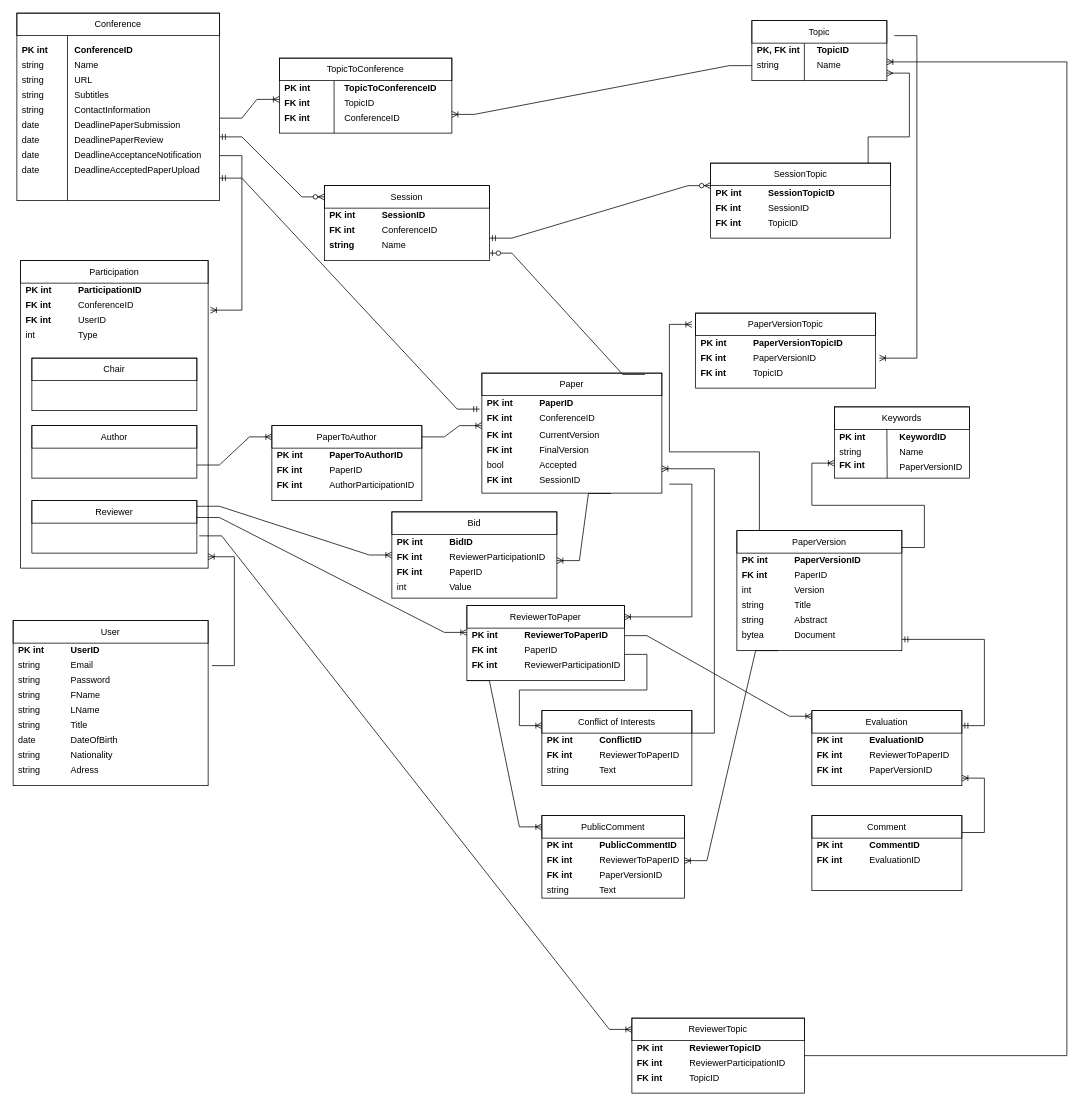
Above: Database Diagram.drawio in SE-Powerpuff-Girls/SE-Powerpuff-Girls (draw.io), before the change. Source tidied: cells renumbered, new cells numbered last; positions are measured from the earlier drawing's top-left corner, leaving out a move shared by most shapes. Both pictures are drawn from the tidied source at 75%, with x=0, y=0 at pixel (13, 13).
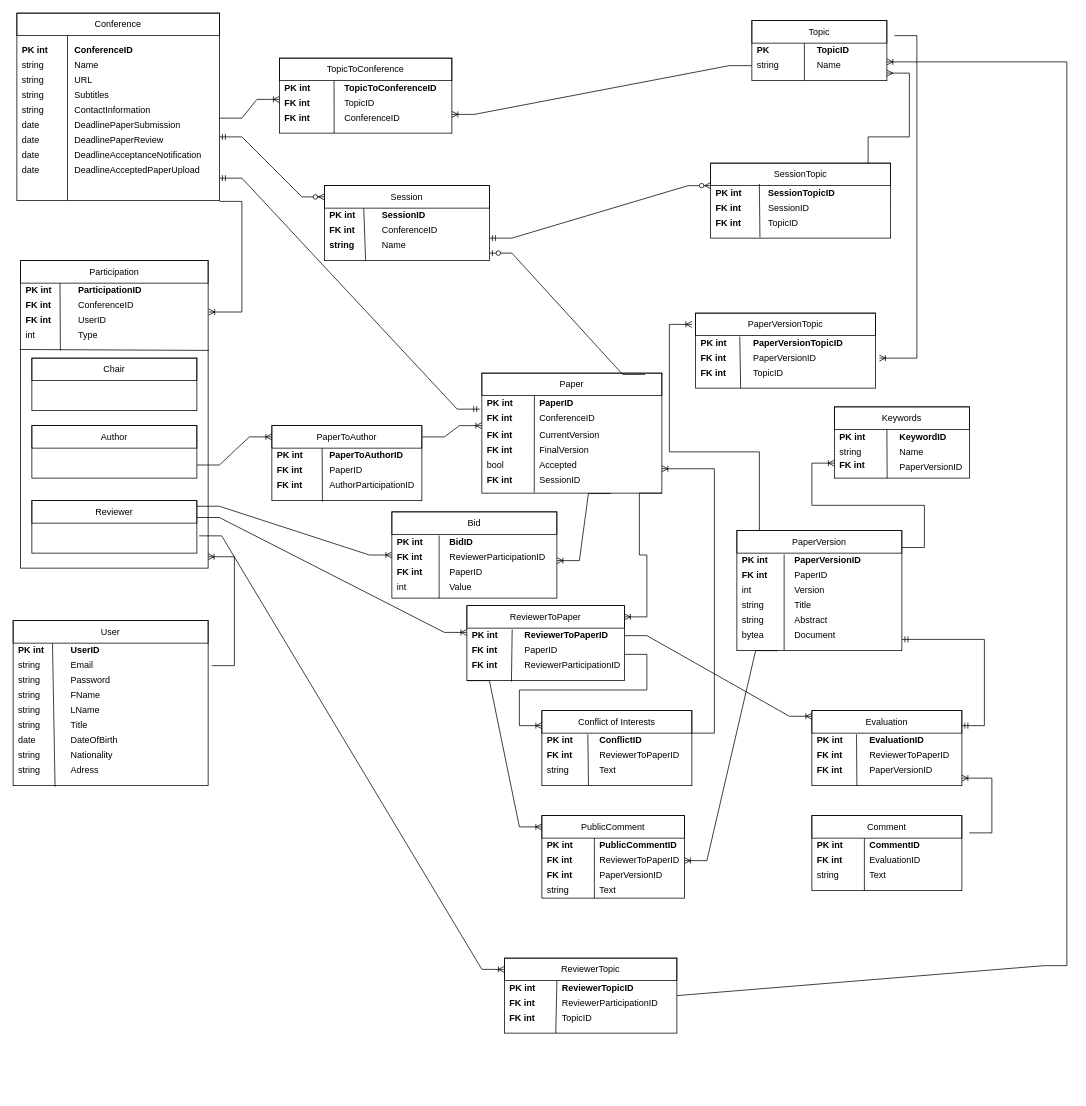
The same page after the edit.

The change refers to these unchanged cells:
```xml
<mxCell id="11" value="DeadlineAcceptanceNotification" style="text;html=1;strokeColor=none;fillColor=none;align=left;verticalAlign=middle;whiteSpace=wrap;rounded=0;spacingLeft=5;" parent="1" vertex="1">
<mxCell id="28" value="Name" style="text;html=1;strokeColor=none;fillColor=none;align=left;verticalAlign=middle;whiteSpace=wrap;rounded=0;spacingLeft=5;fontStyle=0;" parent="1" vertex="1">
<mxCell id="41" style="rounded=0;whiteSpace=wrap;html=1;strokeColor=default;" parent="1" vertex="1">
<mxCell id="44" value="PK int" style="text;html=1;strokeColor=none;fillColor=none;align=left;verticalAlign=middle;whiteSpace=wrap;rounded=0;spacingLeft=5;fontStyle=1;" parent="1" vertex="1">
<mxCell id="61" style="rounded=0;whiteSpace=wrap;html=1;strokeColor=default;" parent="1" vertex="1">
<mxCell id="65" value="PK int" style="text;html=1;strokeColor=none;fillColor=none;align=left;verticalAlign=middle;whiteSpace=wrap;rounded=0;spacingLeft=5;fontStyle=1;" parent="1" vertex="1">
<mxCell id="68" value="UserID" style="text;html=1;strokeColor=none;fillColor=none;align=left;verticalAlign=middle;whiteSpace=wrap;rounded=0;spacingLeft=5;fontStyle=0;" parent="1" vertex="1">
<mxCell id="89" style="rounded=0;whiteSpace=wrap;html=1;strokeColor=default;" parent="1" vertex="1">
<mxCell id="92" value="PK int" style="text;html=1;strokeColor=none;fillColor=none;align=left;verticalAlign=middle;whiteSpace=wrap;rounded=0;spacingLeft=5;fontStyle=1;" parent="1" vertex="1">
<mxCell id="93" style="rounded=0;whiteSpace=wrap;html=1;strokeColor=default;" parent="1" vertex="1">
<mxCell id="96" value="PK int" style="text;html=1;strokeColor=none;fillColor=none;align=left;verticalAlign=middle;whiteSpace=wrap;rounded=0;spacingLeft=5;fontStyle=1;" parent="1" vertex="1">
<mxCell id="103" style="rounded=0;whiteSpace=wrap;html=1;strokeColor=default;" parent="1" vertex="1">
<mxCell id="106" value="PK int" style="text;html=1;strokeColor=none;fillColor=none;align=left;verticalAlign=middle;whiteSpace=wrap;rounded=0;spacingLeft=5;fontStyle=1;" parent="1" vertex="1">
<mxCell id="112" style="rounded=0;whiteSpace=wrap;html=1;strokeColor=default;" parent="1" vertex="1">
<mxCell id="115" value="PK int" style="text;html=1;strokeColor=none;fillColor=none;align=left;verticalAlign=middle;whiteSpace=wrap;rounded=0;spacingLeft=5;fontStyle=1;" parent="1" vertex="1">
<mxCell id="125" style="rounded=0;whiteSpace=wrap;html=1;strokeColor=default;" parent="1" vertex="1">
<mxCell id="138" value="PK int" style="text;html=1;strokeColor=none;fillColor=none;align=left;verticalAlign=middle;whiteSpace=wrap;rounded=0;spacingLeft=5;fontStyle=1;" parent="1" vertex="1">
<mxCell id="168" style="rounded=0;whiteSpace=wrap;html=1;strokeColor=default;" parent="1" vertex="1">
<mxCell id="169" value="ReviewerToPaper" style="text;html=1;strokeColor=default;fillColor=none;align=center;verticalAlign=middle;whiteSpace=wrap;rounded=0;" parent="1" vertex="1">
<mxCell id="173" value="PK int" style="text;html=1;strokeColor=none;fillColor=none;align=left;verticalAlign=middle;whiteSpace=wrap;rounded=0;spacingLeft=5;fontStyle=1;" parent="1" vertex="1">
<mxCell id="178" style="rounded=0;whiteSpace=wrap;html=1;strokeColor=default;" parent="1" vertex="1">
<mxCell id="181" value="PK int" style="text;html=1;strokeColor=none;fillColor=none;align=left;verticalAlign=middle;whiteSpace=wrap;rounded=0;spacingLeft=5;fontStyle=1;" parent="1" vertex="1">
<mxCell id="191" value="PK int" style="text;html=1;strokeColor=none;fillColor=none;align=left;verticalAlign=middle;whiteSpace=wrap;rounded=0;spacingLeft=5;fontStyle=1;" parent="1" vertex="1">
<mxCell id="195" value="string" style="text;html=1;strokeColor=none;fillColor=none;align=left;verticalAlign=middle;whiteSpace=wrap;rounded=0;spacingLeft=5;fontStyle=0;" parent="1" vertex="1">
<mxCell id="203" value="PK int" style="text;html=1;strokeColor=none;fillColor=none;align=left;verticalAlign=middle;whiteSpace=wrap;rounded=0;spacingLeft=5;fontStyle=1;" parent="1" vertex="1">
<mxCell id="206" value="PaperVersionID" style="text;html=1;strokeColor=none;fillColor=none;align=left;verticalAlign=middle;whiteSpace=wrap;rounded=0;spacingLeft=5;fontStyle=0;" parent="1" vertex="1">
<mxCell id="211" value="Comment" style="text;html=1;strokeColor=default;fillColor=none;align=center;verticalAlign=middle;whiteSpace=wrap;rounded=0;" parent="1" vertex="1">
<mxCell id="213" value="PK int" style="text;html=1;strokeColor=none;fillColor=none;align=left;verticalAlign=middle;whiteSpace=wrap;rounded=0;spacingLeft=5;fontStyle=1;" parent="1" vertex="1">
<mxCell id="222" value="PK int" style="text;html=1;strokeColor=none;fillColor=none;align=left;verticalAlign=middle;whiteSpace=wrap;rounded=0;spacingLeft=5;fontStyle=1;" parent="1" vertex="1">
```

Change to the diagram source:
```diff
@@
-    <mxCell id="26" value="PK, FK int" style="text;html=1;strokeColor=none;fillColor=none;align=left;verticalAlign=middle;whiteSpace=wrap;rounded=0;spacingLeft=5;fontStyle=1;" parent="1" vertex="1">
+    <mxCell id="26" value="PK" style="text;html=1;strokeColor=none;fillColor=none;align=left;verticalAlign=middle;whiteSpace=wrap;rounded=0;spacingLeft=5;fontStyle=1;" parent="1" vertex="1">
       <mxGeometry x="985" y="40" width="70" height="20" as="geometry" />
     </mxCell>
@@
-    <mxCell id="63" style="edgeStyle=entityRelationEdgeStyle;fontSize=12;html=1;endArrow=ERoneToMany;rounded=0;strokeColor=default;entryX=1.012;entryY=0.161;entryDx=0;entryDy=0;entryPerimeter=0;" parent="1" edge="1" source="11" target="61">
-      <mxGeometry relative="1" as="geometry" />
+    <mxCell id="63" style="edgeStyle=entityRelationEdgeStyle;fontSize=12;html=1;endArrow=ERoneToMany;rounded=0;strokeColor=default;entryX=0.951;entryY=-0.075;entryDx=0;entryDy=0;entryPerimeter=0;" parent="1" edge="1" target="68">
+      <mxGeometry relative="1" as="geometry">
+        <mxPoint x="275" y="251" as="sourcePoint" />
+      </mxGeometry>
     </mxCell>
@@
     <mxCell id="79" style="rounded=0;whiteSpace=wrap;html=1;strokeColor=default;" parent="1" vertex="1">
-      <mxGeometry x="825" y="1340" width="230" height="100" as="geometry" />
+      <mxGeometry x="655" y="1260" width="230" height="100" as="geometry" />
     </mxCell>
     <mxCell id="80" value="ReviewerTopic" style="text;html=1;strokeColor=default;fillColor=none;align=center;verticalAlign=middle;whiteSpace=wrap;rounded=0;" parent="1" vertex="1">
-      <mxGeometry x="825" y="1340" width="230" height="30" as="geometry" />
+      <mxGeometry x="655" y="1260" width="230" height="30" as="geometry" />
     </mxCell>
     <mxCell id="81" value="ReviewerTopicID" style="text;html=1;strokeColor=none;fillColor=none;align=left;verticalAlign=middle;whiteSpace=wrap;rounded=0;spacingLeft=5;fontStyle=1;" parent="1" vertex="1">
-      <mxGeometry x="895" y="1370" width="150" height="20" as="geometry" />
+      <mxGeometry x="725" y="1290" width="150" height="20" as="geometry" />
     </mxCell>
     <mxCell id="82" value="PK int" style="text;html=1;strokeColor=none;fillColor=none;align=left;verticalAlign=middle;whiteSpace=wrap;rounded=0;spacingLeft=5;fontStyle=1;" parent="1" vertex="1">
-      <mxGeometry x="825" y="1370" width="70" height="20" as="geometry" />
+      <mxGeometry x="655" y="1290" width="70" height="20" as="geometry" />
     </mxCell>
     <mxCell id="83" value="ReviewerParticipationID" style="text;html=1;strokeColor=none;fillColor=none;align=left;verticalAlign=middle;whiteSpace=wrap;rounded=0;spacingLeft=5;fontStyle=0;" parent="1" vertex="1">
-      <mxGeometry x="895" y="1390" width="150" height="20" as="geometry" />
+      <mxGeometry x="725" y="1310" width="150" height="20" as="geometry" />
     </mxCell>
     <mxCell id="84" value="FK int" style="text;html=1;strokeColor=none;fillColor=none;align=left;verticalAlign=middle;whiteSpace=wrap;rounded=0;spacingLeft=5;fontStyle=1;" parent="1" vertex="1">
-      <mxGeometry x="825" y="1390" width="70" height="20" as="geometry" />
+      <mxGeometry x="655" y="1310" width="70" height="20" as="geometry" />
     </mxCell>
     <mxCell id="85" value="TopicID" style="text;html=1;strokeColor=none;fillColor=none;align=left;verticalAlign=middle;whiteSpace=wrap;rounded=0;spacingLeft=5;fontStyle=0;" parent="1" vertex="1">
-      <mxGeometry x="895" y="1410" width="150" height="20" as="geometry" />
+      <mxGeometry x="725" y="1330" width="150" height="20" as="geometry" />
     </mxCell>
     <mxCell id="86" value="FK int" style="text;html=1;strokeColor=none;fillColor=none;align=left;verticalAlign=middle;whiteSpace=wrap;rounded=0;spacingLeft=5;fontStyle=1;" parent="1" vertex="1">
-      <mxGeometry x="825" y="1410" width="70" height="20" as="geometry" />
+      <mxGeometry x="655" y="1330" width="70" height="20" as="geometry" />
     </mxCell>
     <mxCell id="87" style="edgeStyle=entityRelationEdgeStyle;fontSize=12;html=1;endArrow=ERoneToMany;rounded=0;strokeColor=default;entryX=1;entryY=0.25;entryDx=0;entryDy=0;" parent="1" edge="1" target="28">
       <mxGeometry relative="1" as="geometry">
-        <mxPoint x="1375" y="1390" as="sourcePoint" />
+        <mxPoint x="1375" y="1270" as="sourcePoint" />
       </mxGeometry>
     </mxCell>
@@
-    <mxCell id="170" style="edgeStyle=entityRelationEdgeStyle;fontSize=12;html=1;endArrow=ERoneToMany;rounded=0;strokeColor=default;entryX=1;entryY=0.5;entryDx=0;entryDy=0;" parent="1" edge="1" target="169">
-      <mxGeometry relative="1" as="geometry">
-        <mxPoint x="875" y="628" as="sourcePoint" />
-      </mxGeometry>
+    <mxCell id="170" style="edgeStyle=entityRelationEdgeStyle;fontSize=12;html=1;endArrow=ERoneToMany;rounded=0;strokeColor=default;entryX=1;entryY=0.5;entryDx=0;entryDy=0;exitX=1;exitY=1;exitDx=0;exitDy=0;" parent="1" edge="1" source="89" target="169">
+      <mxGeometry relative="1" as="geometry" />
     </mxCell>
@@
-    <mxCell id="216" style="edgeStyle=entityRelationEdgeStyle;fontSize=12;html=1;endArrow=ERoneToMany;rounded=0;strokeColor=default;entryX=1;entryY=1;entryDx=0;entryDy=0;exitX=1;exitY=0.75;exitDx=0;exitDy=0;" parent="1" edge="1" source="211" target="206">
-      <mxGeometry relative="1" as="geometry" />
+    <mxCell id="216" style="edgeStyle=entityRelationEdgeStyle;fontSize=12;html=1;endArrow=ERoneToMany;rounded=0;strokeColor=default;entryX=1;entryY=1;entryDx=0;entryDy=0;" parent="1" edge="1" target="206">
+      <mxGeometry relative="1" as="geometry">
+        <mxPoint x="1275" y="1093" as="sourcePoint" />
+      </mxGeometry>
     </mxCell>
     <mxCell id="217" style="endArrow=none;html=1;rounded=0;strokeColor=default;exitX=1;exitY=0.5;exitDx=0;exitDy=0;" parent="1" edge="1" source="79">
       <mxGeometry relative="1" as="geometry">
-        <mxPoint x="1375" y="1390" as="targetPoint" />
+        <mxPoint x="1375" y="1270" as="targetPoint" />
       </mxGeometry>
     </mxCell>
@@
+    <mxCell id="230" style="endArrow=none;html=1;rounded=0;strokeColor=default;entryX=0.841;entryY=0.063;entryDx=0;entryDy=0;entryPerimeter=0;exitX=0.25;exitY=1;exitDx=0;exitDy=0;" parent="1" edge="1" source="93" target="96">
+      <mxGeometry relative="1" as="geometry" />
+    </mxCell>
+    <mxCell id="231" style="endArrow=none;html=1;rounded=0;strokeColor=default;entryX=1;entryY=0;entryDx=0;entryDy=0;exitX=0.291;exitY=0.994;exitDx=0;exitDy=0;exitPerimeter=0;" parent="1" edge="1" source="89" target="92">
+      <mxGeometry relative="1" as="geometry" />
+    </mxCell>
+    <mxCell id="232" style="endArrow=none;html=1;rounded=0;strokeColor=default;exitX=0.337;exitY=1.013;exitDx=0;exitDy=0;exitPerimeter=0;" parent="1" edge="1" source="125">
+      <mxGeometry relative="1" as="geometry">
+        <mxPoint x="412" y="580" as="targetPoint" />
+      </mxGeometry>
+    </mxCell>
+    <mxCell id="233" style="endArrow=none;html=1;rounded=0;strokeColor=default;entryX=0.9;entryY=0.085;entryDx=0;entryDy=0;entryPerimeter=0;" parent="1" edge="1" target="138">
+      <mxGeometry relative="1" as="geometry">
+        <mxPoint x="1028" y="850" as="sourcePoint" />
+      </mxGeometry>
+    </mxCell>
+    <mxCell id="234" style="endArrow=none;html=1;rounded=0;strokeColor=default;entryX=1;entryY=0;entryDx=0;entryDy=0;" parent="1" edge="1" target="213">
+      <mxGeometry relative="1" as="geometry">
+        <mxPoint x="1135" y="1170" as="sourcePoint" />
+      </mxGeometry>
+    </mxCell>
+    <mxCell id="235" value="Text" style="text;html=1;strokeColor=none;fillColor=none;align=left;verticalAlign=middle;whiteSpace=wrap;rounded=0;spacingLeft=5;fontStyle=0;" parent="1" vertex="1">
+      <mxGeometry x="1135" y="1140" width="130" height="20" as="geometry" />
+    </mxCell>
+    <mxCell id="236" value="string" style="text;html=1;strokeColor=none;fillColor=none;align=left;verticalAlign=middle;whiteSpace=wrap;rounded=0;spacingLeft=5;fontStyle=0;" parent="1" vertex="1">
+      <mxGeometry x="1065" y="1140" width="70" height="20" as="geometry" />
+    </mxCell>
+    <mxCell id="237" style="endArrow=none;html=1;rounded=0;strokeColor=default;entryX=1;entryY=0;entryDx=0;entryDy=0;exitX=1;exitY=1;exitDx=0;exitDy=0;" parent="1" edge="1" source="195" target="191">
+      <mxGeometry relative="1" as="geometry" />
+    </mxCell>
+    <mxCell id="238" style="endArrow=none;html=1;rounded=0;strokeColor=default;entryX=1;entryY=0;entryDx=0;entryDy=0;exitX=0.298;exitY=1;exitDx=0;exitDy=0;exitPerimeter=0;" parent="1" edge="1" source="79" target="82">
+      <mxGeometry relative="1" as="geometry" />
+    </mxCell>
+    <mxCell id="239" style="endArrow=none;html=1;rounded=0;strokeColor=default;entryX=0.75;entryY=0;entryDx=0;entryDy=0;exitX=0.215;exitY=1.006;exitDx=0;exitDy=0;exitPerimeter=0;" parent="1" edge="1" source="41" target="44">
+      <mxGeometry relative="1" as="geometry" />
+    </mxCell>
+    <mxCell id="240" style="endArrow=none;html=1;rounded=0;strokeColor=default;exitX=-0.005;exitY=0.289;exitDx=0;exitDy=0;exitPerimeter=0;entryX=1.004;entryY=0.292;entryDx=0;entryDy=0;entryPerimeter=0;" parent="1" edge="1" source="61" target="61">
+      <mxGeometry relative="1" as="geometry" />
+    </mxCell>
+    <mxCell id="241" style="endArrow=none;html=1;rounded=0;strokeColor=default;entryX=0.75;entryY=0;entryDx=0;entryDy=0;" parent="1" edge="1" target="65">
+      <mxGeometry relative="1" as="geometry">
+        <mxPoint x="63" y="450" as="sourcePoint" />
+      </mxGeometry>
+    </mxCell>
+    <mxCell id="242" style="endArrow=none;html=1;rounded=0;strokeColor=default;entryX=0.75;entryY=0;entryDx=0;entryDy=0;exitX=0.25;exitY=1;exitDx=0;exitDy=0;" parent="1" edge="1" source="103" target="106">
+      <mxGeometry relative="1" as="geometry" />
+    </mxCell>
+    <mxCell id="243" style="endArrow=none;html=1;rounded=0;strokeColor=default;entryX=0.928;entryY=-0.111;entryDx=0;entryDy=0;exitX=0.274;exitY=0.991;exitDx=0;exitDy=0;exitPerimeter=0;entryPerimeter=0;" parent="1" edge="1" source="112" target="115">
+      <mxGeometry relative="1" as="geometry" />
+    </mxCell>
+    <mxCell id="244" style="endArrow=none;html=1;rounded=0;strokeColor=default;entryX=0.9;entryY=0.074;entryDx=0;entryDy=0;entryPerimeter=0;" parent="1" edge="1" target="222">
+      <mxGeometry relative="1" as="geometry">
+        <mxPoint x="568" y="780" as="sourcePoint" />
+      </mxGeometry>
+    </mxCell>
+    <mxCell id="245" style="endArrow=none;html=1;rounded=0;strokeColor=default;entryX=0.85;entryY=0.085;entryDx=0;entryDy=0;entryPerimeter=0;" parent="1" edge="1" target="203">
+      <mxGeometry relative="1" as="geometry">
+        <mxPoint x="1125" y="1030" as="sourcePoint" />
+      </mxGeometry>
+    </mxCell>
+    <mxCell id="246" style="endArrow=none;html=1;rounded=0;strokeColor=default;entryX=0.875;entryY=0.085;entryDx=0;entryDy=0;entryPerimeter=0;exitX=0.311;exitY=1.004;exitDx=0;exitDy=0;exitPerimeter=0;" parent="1" edge="1" source="178" target="181">
+      <mxGeometry relative="1" as="geometry" />
+    </mxCell>
+    <mxCell id="247" style="endArrow=none;html=1;rounded=0;strokeColor=default;entryX=0.863;entryY=0.085;entryDx=0;entryDy=0;entryPerimeter=0;exitX=0.283;exitY=1.013;exitDx=0;exitDy=0;exitPerimeter=0;" parent="1" edge="1" source="168" target="173">
+      <mxGeometry relative="1" as="geometry" />
+    </mxCell>
```
